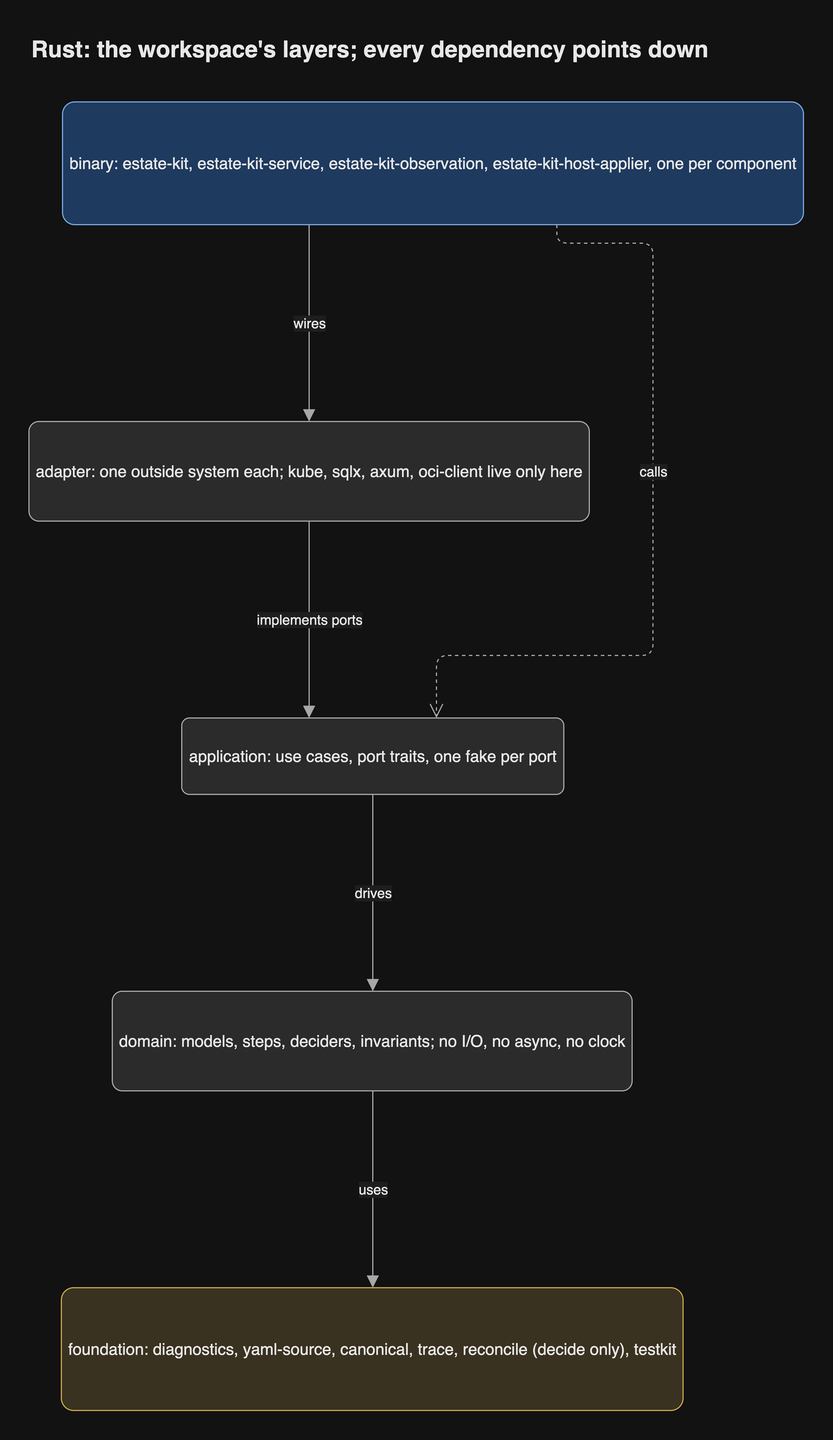
Before: docs/diagrams/png/rust-layers.png, a diagram exported from draw.io (JorisJonkers-dev/estate-kit). Source tidied: cells renumbered, new cells last; positions are measured from the earlier drawing's top-left corner, leaving out a move shared by most shapes.
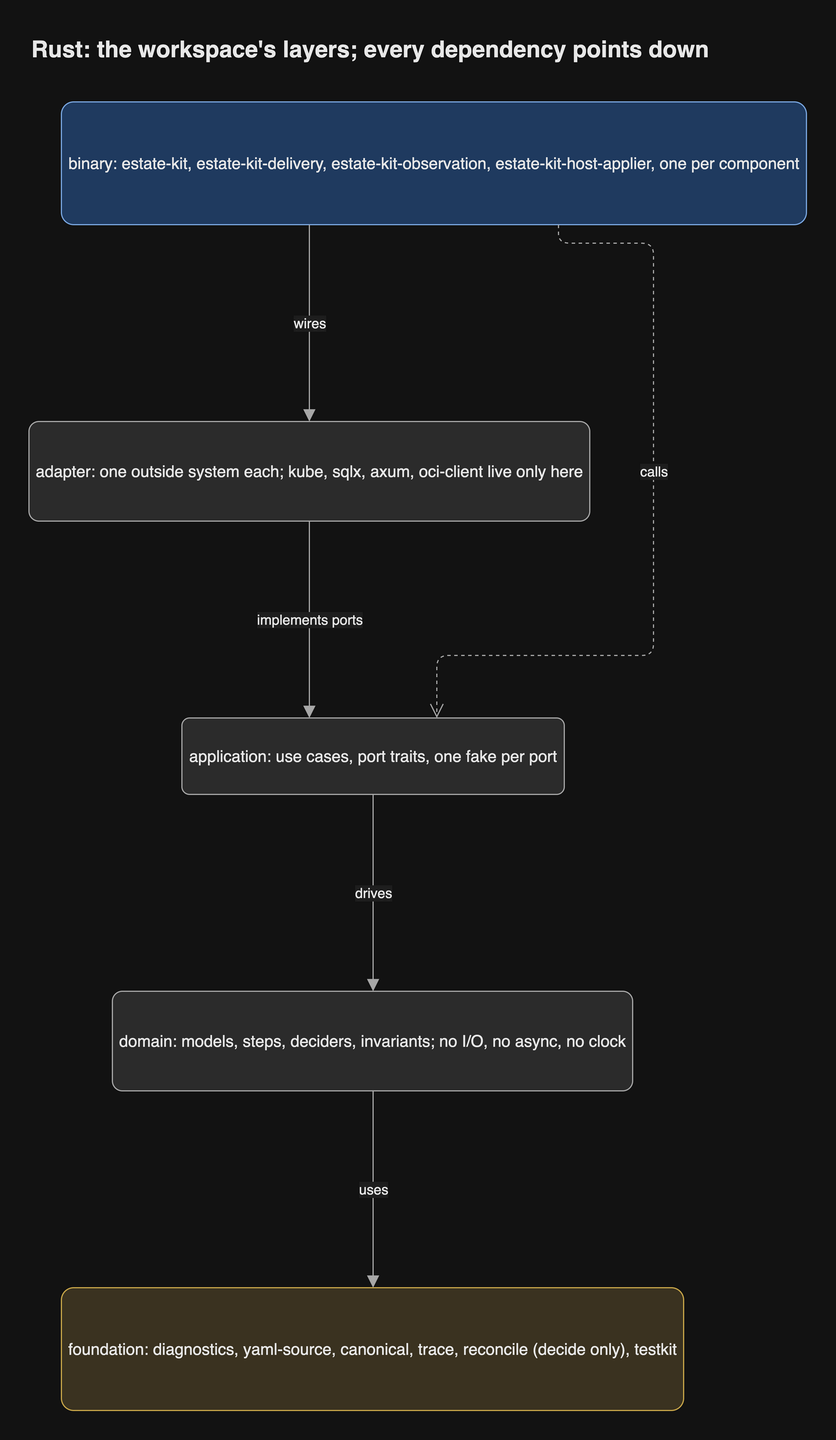
Later version of the same file.

The edit, as a diff of the source:
```diff
@@ -2,8 +2,8 @@
   <root>
     <mxCell id="0" />
     <mxCell id="1" parent="0" />
-    <mxCell id="2" value="binary: estate-kit, estate-kit-service, estate-kit-observation, estate-kit-host-applier, one per component" style="rounded=1;arcSize=10;html=1;whiteSpace=wrap;fontSize=14;fontColor=light-dark(#1a1a1a,#e8e8e8);fillColor=light-dark(#dae8fc,#1f3a5f);strokeColor=light-dark(#6c8ebf,#7aa7e0);fontFamily=Helvetica;" parent="1" vertex="1">
-      <mxGeometry x="29" y="64" width="640" height="106" as="geometry" />
+    <mxCell id="2" value="binary: estate-kit, estate-kit-delivery, estate-kit-observation, estate-kit-host-applier, one per component" style="rounded=1;arcSize=10;html=1;whiteSpace=wrap;fontSize=14;fontColor=light-dark(#1a1a1a,#e8e8e8);fillColor=light-dark(#dae8fc,#1f3a5f);strokeColor=light-dark(#6c8ebf,#7aa7e0);fontFamily=Helvetica;" parent="1" vertex="1">
+      <mxGeometry x="28" y="64" width="643" height="106" as="geometry" />
     </mxCell>
     <mxCell id="3" value="adapter: one outside system each; kube, sqlx, axum, oci-client live only here" style="rounded=1;arcSize=10;html=1;whiteSpace=wrap;fontSize=14;fontColor=light-dark(#1a1a1a,#e8e8e8);fillColor=light-dark(#f5f5f5,#2b2b2b);strokeColor=light-dark(#666666,#a8a8a8);fontFamily=Helvetica;" parent="1" vertex="1">
       <mxGeometry y="340" width="484" height="86" as="geometry" />
@@ -48,16 +48,16 @@
     <mxCell id="11" value="calls" style="html=1;rounded=1;fontSize=14;fontSize=12;fontColor=light-dark(#1a1a1a,#e8e8e8);strokeColor=light-dark(#666666,#a8a8a8);endArrow=open;endSize=10;dashed=1;curved=0;exitX=0.6672;exitY=1;entryX=0.6667;entryY=0;edgeStyle=orthogonalEdgeStyle;fontFamily=Helvetica;labelBackgroundColor=light-dark(#ffffff,#1e1e1e);" parent="1" edge="1" source="2" target="4">
       <mxGeometry relative="1" as="geometry">
         <Array as="points">
-          <mxPoint x="456" y="186" />
+          <mxPoint x="457" y="186" />
           <mxPoint x="539" y="186" />
           <mxPoint x="539" y="542" />
           <mxPoint x="352" y="542" />
         </Array>
-        <mxPoint y="-52" as="offset" />
+        <mxPoint y="-52.5" as="offset" />
       </mxGeometry>
     </mxCell>
     <mxCell id="12" value="Rust: the workspace's layers; every dependency points down" style="text;html=1;whiteSpace=wrap;align=left;verticalAlign=middle;fontSize=20;fontStyle=1;fontColor=light-dark(#1a1a1a,#e8e8e8);fontFamily=Helvetica;" parent="1" vertex="1">
-      <mxGeometry width="669" height="36" as="geometry" />
+      <mxGeometry width="671" height="36" as="geometry" />
     </mxCell>
   </root>
 </mxGraphModel>
```
